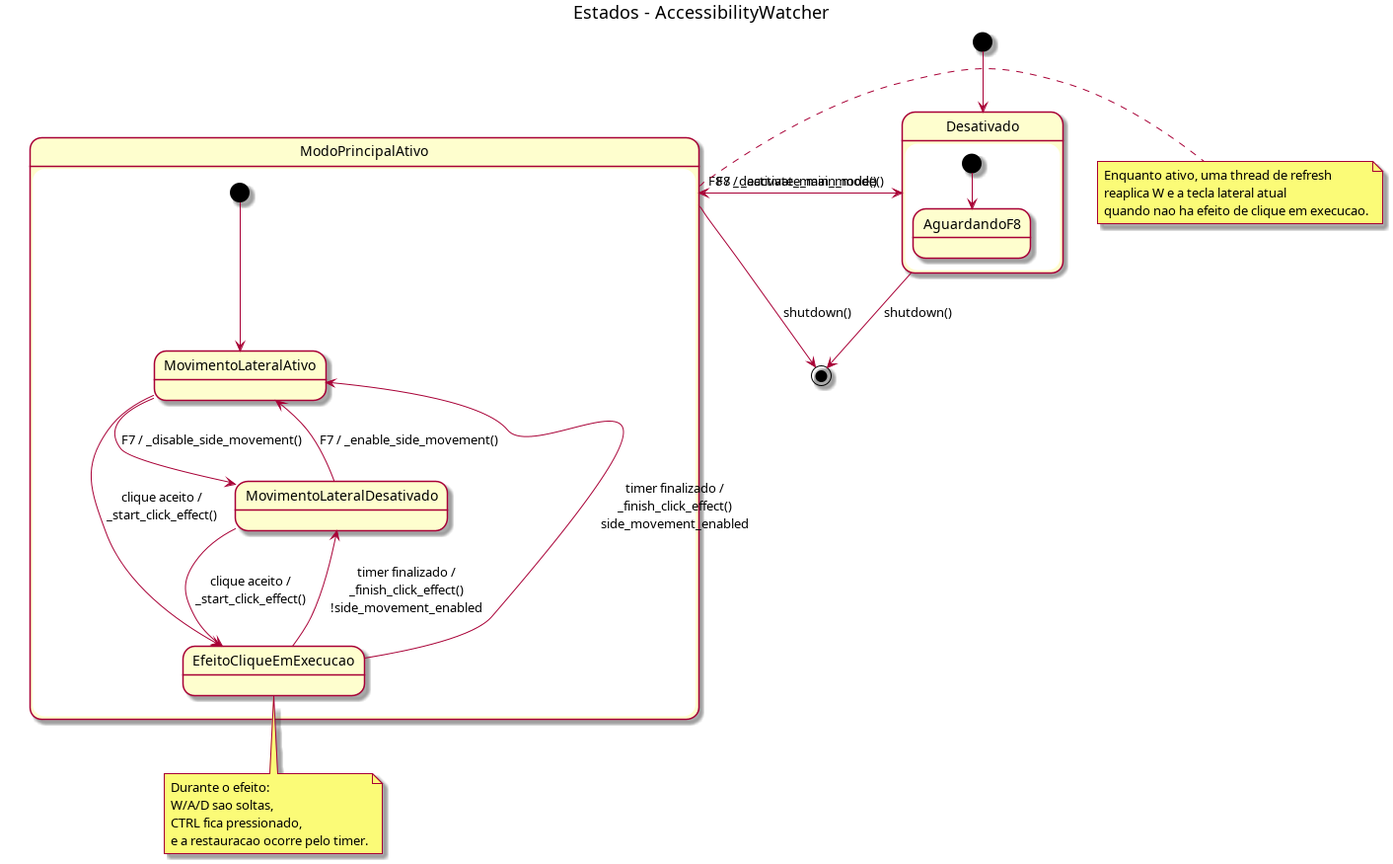
This is docs/estados.png from clesiorki2018/cs2-watcher, a PlantUML export, as it was before one commit. Its source is kept beside it as docs/estados.puml. Source of this version:
```plantuml
@startuml
title Estados - AccessibilityWatcher

[*] --> Desativado

state Desativado {
    [*] --> AguardandoF8
}

state ModoPrincipalAtivo {
    [*] --> MovimentoLateralAtivo

    state MovimentoLateralAtivo
    state MovimentoLateralDesativado
    state EfeitoCliqueEmExecucao

    MovimentoLateralAtivo --> MovimentoLateralDesativado : F7 / _disable_side_movement()
    MovimentoLateralDesativado --> MovimentoLateralAtivo : F7 / _enable_side_movement()

    MovimentoLateralAtivo --> EfeitoCliqueEmExecucao : clique aceito /\n_start_click_effect()
    MovimentoLateralDesativado --> EfeitoCliqueEmExecucao : clique aceito /\n_start_click_effect()

    EfeitoCliqueEmExecucao --> MovimentoLateralAtivo : timer finalizado /\n_finish_click_effect()\nside_movement_enabled
    EfeitoCliqueEmExecucao --> MovimentoLateralDesativado : timer finalizado /\n_finish_click_effect()\n!side_movement_enabled
}

Desativado --> ModoPrincipalAtivo : F8 / _activate_main_mode()
ModoPrincipalAtivo --> Desativado : F8 / _deactivate_main_mode()

Desativado --> [*] : shutdown()
ModoPrincipalAtivo --> [*] : shutdown()

note right of ModoPrincipalAtivo
Enquanto ativo, uma thread de refresh
reaplica W e a tecla lateral atual
quando nao ha efeito de clique em execucao.
end note

note bottom of EfeitoCliqueEmExecucao
Durante o efeito:
W/A/D sao soltas,
CTRL fica pressionado,
e a restauracao ocorre pelo timer.
end note

@enduml
```
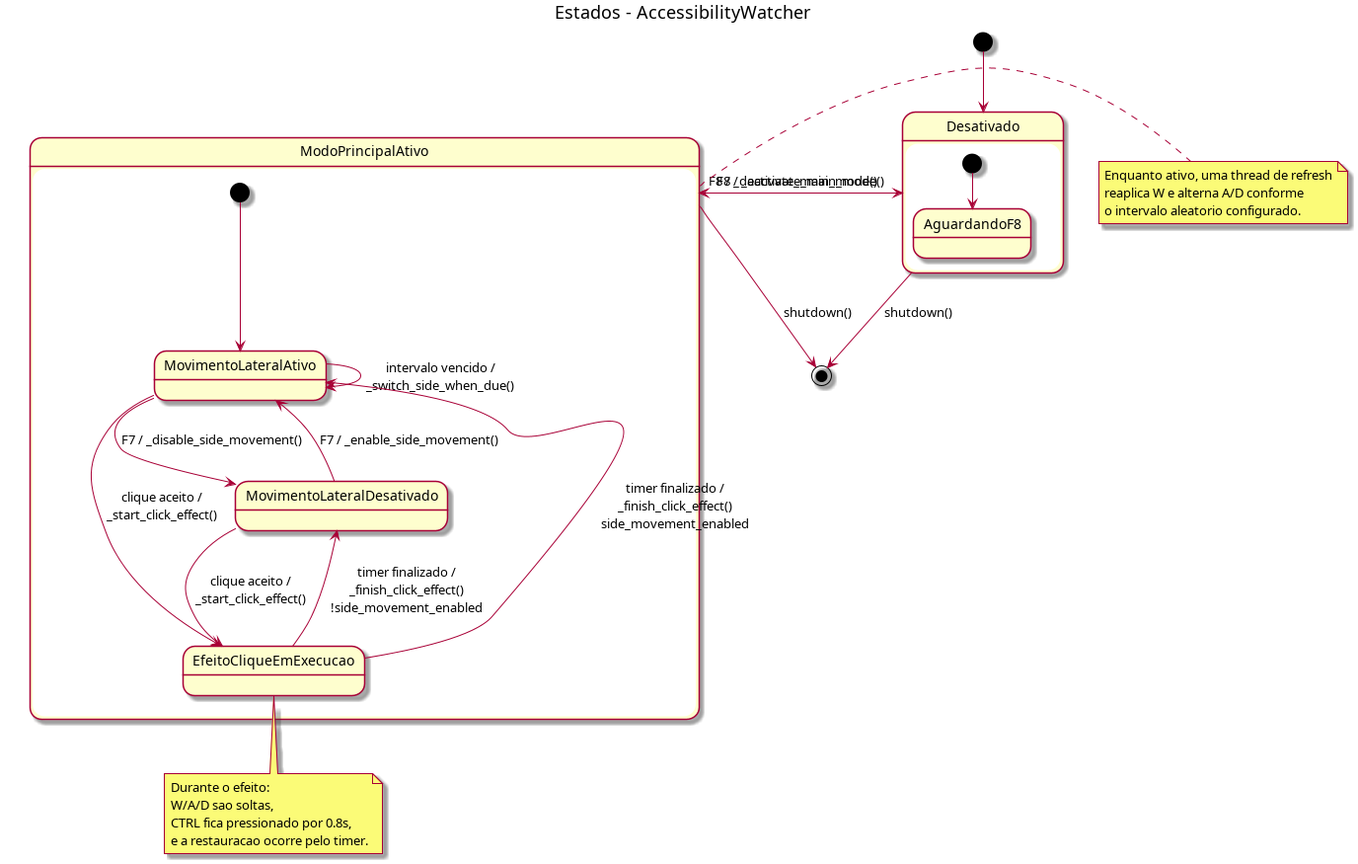
The same file after the commit.

Change to the diagram source:
```diff
@@ -16,10 +16,9 @@
 
     MovimentoLateralAtivo --> MovimentoLateralDesativado : F7 / _disable_side_movement()
     MovimentoLateralDesativado --> MovimentoLateralAtivo : F7 / _enable_side_movement()
-
+    MovimentoLateralAtivo --> MovimentoLateralAtivo : intervalo vencido /\n_switch_side_when_due()
     MovimentoLateralAtivo --> EfeitoCliqueEmExecucao : clique aceito /\n_start_click_effect()
     MovimentoLateralDesativado --> EfeitoCliqueEmExecucao : clique aceito /\n_start_click_effect()
-
     EfeitoCliqueEmExecucao --> MovimentoLateralAtivo : timer finalizado /\n_finish_click_effect()\nside_movement_enabled
     EfeitoCliqueEmExecucao --> MovimentoLateralDesativado : timer finalizado /\n_finish_click_effect()\n!side_movement_enabled
 }
@@ -32,14 +31,14 @@
 
 note right of ModoPrincipalAtivo
 Enquanto ativo, uma thread de refresh
-reaplica W e a tecla lateral atual
-quando nao ha efeito de clique em execucao.
+reaplica W e alterna A/D conforme
+o intervalo aleatorio configurado.
 end note
 
 note bottom of EfeitoCliqueEmExecucao
 Durante o efeito:
 W/A/D sao soltas,
-CTRL fica pressionado,
+CTRL fica pressionado por 0.8s,
 e a restauracao ocorre pelo timer.
 end note
 
```
